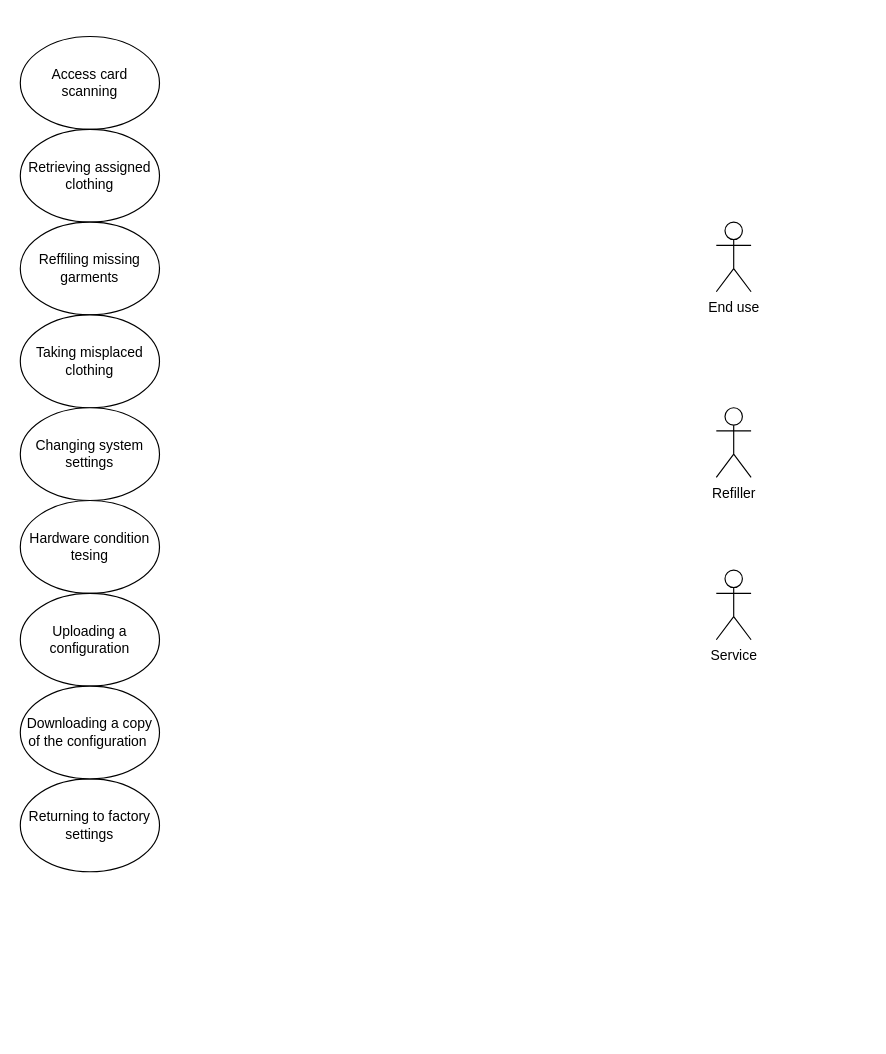
Before: useCaseDiagram.drawio in TadeuszSzuta/PSI, a draw.io diagram. Source tidied: cells renumbered, new cells numbered last; positions are measured from the earlier drawing's top-left corner, leaving out a move shared by most shapes. Both pictures are drawn from the tidied source at 116%, with x=0, y=0 at pixel (20, 36).
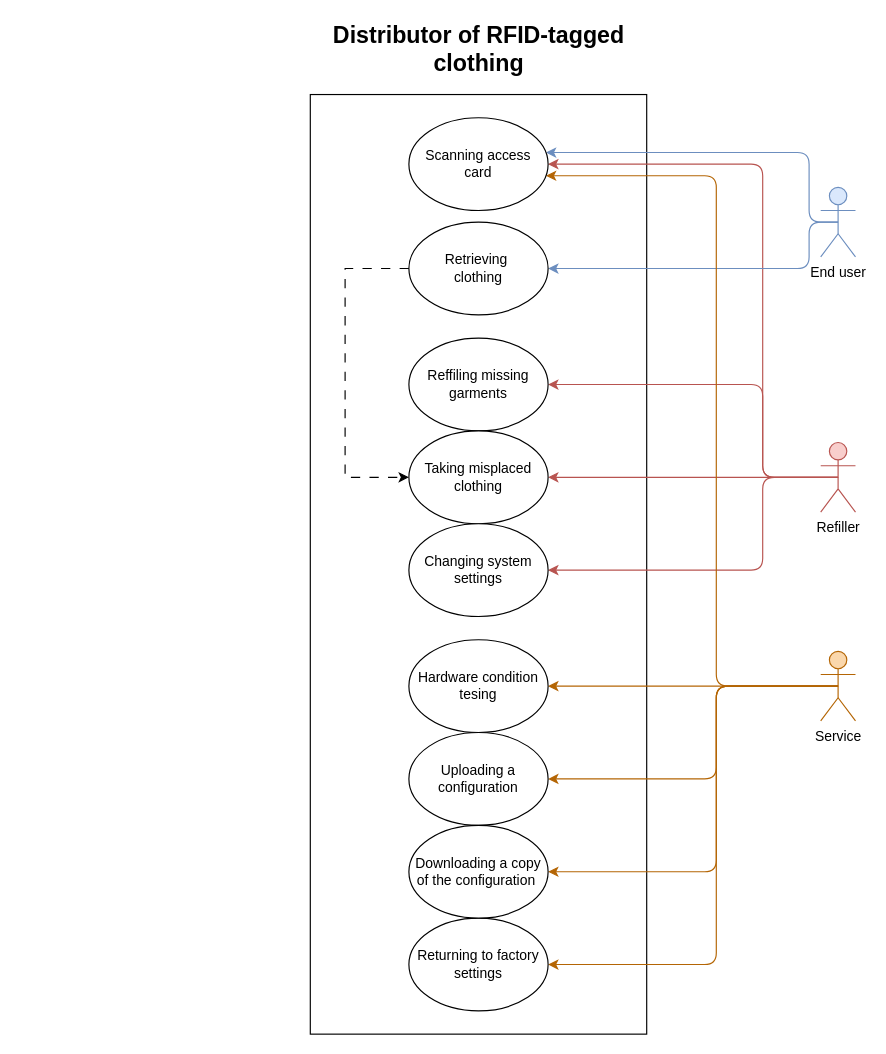
Above is the later version.

Diff of the diagram source:
```diff
@@
+    <mxCell id="14" style="rounded=0;whiteSpace=wrap;html=1;" parent="1" vertex="1">
+      <mxGeometry x="250" y="50" width="290" height="810" as="geometry" />
+    </mxCell>
+    <mxCell id="15" style="edgeStyle=orthogonalEdgeStyle;rounded=1;jettySize=auto;html=1;exitX=0.5;exitY=0.5;exitDx=0;exitDy=0;exitPerimeter=0;fillColor=#f8cecc;strokeColor=#b85450;curved=0;" parent="1" edge="1" source="2" target="5">
+      <mxGeometry relative="1" as="geometry">
+        <Array as="points">
+          <mxPoint x="640" y="380" />
+          <mxPoint x="640" y="110" />
+        </Array>
+      </mxGeometry>
+    </mxCell>
+    <mxCell id="16" style="edgeStyle=orthogonalEdgeStyle;rounded=1;jettySize=auto;html=1;exitX=0.5;exitY=0.5;exitDx=0;exitDy=0;exitPerimeter=0;curved=0;fillColor=#f8cecc;strokeColor=#b85450;" parent="1" edge="1" source="2" target="7">
+      <mxGeometry relative="1" as="geometry">
+        <Array as="points">
+          <mxPoint x="640" y="380" />
+          <mxPoint x="640" y="300" />
+        </Array>
+      </mxGeometry>
+    </mxCell>
+    <mxCell id="17" style="edgeStyle=orthogonalEdgeStyle;rounded=1;jettySize=auto;html=1;exitX=0.5;exitY=0.5;exitDx=0;exitDy=0;exitPerimeter=0;fillColor=#f8cecc;strokeColor=#b85450;curved=0;" parent="1" edge="1" source="2" target="8">
+      <mxGeometry relative="1" as="geometry">
+        <Array as="points">
+          <mxPoint x="705" y="380" />
+        </Array>
+      </mxGeometry>
+    </mxCell>
+    <mxCell id="18" style="edgeStyle=orthogonalEdgeStyle;rounded=1;jettySize=auto;html=1;exitX=0.5;exitY=0.5;exitDx=0;exitDy=0;exitPerimeter=0;fillColor=#f8cecc;strokeColor=#b85450;curved=0;" parent="1" edge="1" source="2" target="9">
+      <mxGeometry relative="1" as="geometry">
+        <Array as="points">
+          <mxPoint x="640" y="380" />
+          <mxPoint x="640" y="460" />
+        </Array>
+      </mxGeometry>
+    </mxCell>
-    <mxCell id="2" value="Refiller" style="shape=umlActor;verticalLabelPosition=bottom;verticalAlign=top;html=1;outlineConnect=0;" parent="1" vertex="1">
-      <mxGeometry x="600" y="320" width="30" height="60" as="geometry" />
+    <mxCell id="2" value="Refiller" style="shape=umlActor;verticalLabelPosition=bottom;verticalAlign=top;html=1;outlineConnect=0;fillColor=#f8cecc;strokeColor=#b85450;" parent="1" vertex="1">
+      <mxGeometry x="690" y="350" width="30" height="60" as="geometry" />
     </mxCell>
+    <mxCell id="19" style="edgeStyle=orthogonalEdgeStyle;rounded=1;jettySize=auto;html=1;exitX=0.5;exitY=0.5;exitDx=0;exitDy=0;exitPerimeter=0;curved=0;fillColor=#dae8fc;strokeColor=#6c8ebf;" parent="1" edge="1" source="3" target="5">
+      <mxGeometry relative="1" as="geometry">
+        <Array as="points">
+          <mxPoint x="680" y="160" />
+          <mxPoint x="680" y="100" />
+        </Array>
+      </mxGeometry>
+    </mxCell>
+    <mxCell id="20" style="edgeStyle=orthogonalEdgeStyle;rounded=1;jettySize=auto;html=1;exitX=0.5;exitY=0.5;exitDx=0;exitDy=0;exitPerimeter=0;fillColor=#dae8fc;strokeColor=#6c8ebf;curved=0;" parent="1" edge="1" source="3" target="6">
+      <mxGeometry relative="1" as="geometry">
+        <Array as="points">
+          <mxPoint x="680" y="160" />
+          <mxPoint x="680" y="200" />
+        </Array>
+      </mxGeometry>
+    </mxCell>
-    <mxCell id="3" value="End use" style="shape=umlActor;verticalLabelPosition=bottom;verticalAlign=top;html=1;outlineConnect=0;" parent="1" vertex="1">
-      <mxGeometry x="600" y="160" width="30" height="60" as="geometry" />
+    <mxCell id="3" value="End user" style="shape=umlActor;verticalLabelPosition=bottom;verticalAlign=top;html=1;outlineConnect=0;fillColor=#dae8fc;strokeColor=#6c8ebf;" parent="1" vertex="1">
+      <mxGeometry x="690" y="130" width="30" height="60" as="geometry" />
     </mxCell>
+    <mxCell id="21" style="edgeStyle=orthogonalEdgeStyle;rounded=1;jettySize=auto;html=1;exitX=0.5;exitY=0.5;exitDx=0;exitDy=0;exitPerimeter=0;fillColor=#fad7ac;strokeColor=#b46504;curved=0;" parent="1" edge="1" source="4" target="5">
+      <mxGeometry relative="1" as="geometry">
+        <Array as="points">
+          <mxPoint x="600" y="560" />
+          <mxPoint x="600" y="120" />
+        </Array>
+      </mxGeometry>
+    </mxCell>
+    <mxCell id="22" style="edgeStyle=orthogonalEdgeStyle;rounded=1;jettySize=auto;html=1;exitX=0.5;exitY=0.5;exitDx=0;exitDy=0;exitPerimeter=0;fillColor=#fad7ac;strokeColor=#b46504;curved=0;" parent="1" edge="1" source="4" target="10">
+      <mxGeometry relative="1" as="geometry">
+        <Array as="points">
+          <mxPoint x="660" y="560" />
+          <mxPoint x="660" y="560" />
+        </Array>
+      </mxGeometry>
+    </mxCell>
+    <mxCell id="23" style="edgeStyle=orthogonalEdgeStyle;rounded=1;jettySize=auto;html=1;exitX=0.5;exitY=0.5;exitDx=0;exitDy=0;exitPerimeter=0;fillColor=#fad7ac;strokeColor=#b46504;curved=0;" parent="1" edge="1" source="4" target="11">
+      <mxGeometry relative="1" as="geometry">
+        <Array as="points">
+          <mxPoint x="600" y="560" />
+          <mxPoint x="600" y="640" />
+        </Array>
+      </mxGeometry>
+    </mxCell>
+    <mxCell id="24" style="edgeStyle=orthogonalEdgeStyle;rounded=1;jettySize=auto;html=1;exitX=0.5;exitY=0.5;exitDx=0;exitDy=0;exitPerimeter=0;fillColor=#fad7ac;strokeColor=#b46504;curved=0;" parent="1" edge="1" source="4" target="13">
+      <mxGeometry relative="1" as="geometry">
+        <Array as="points">
+          <mxPoint x="600" y="560" />
+          <mxPoint x="600" y="720" />
+        </Array>
+      </mxGeometry>
+    </mxCell>
+    <mxCell id="25" style="edgeStyle=orthogonalEdgeStyle;rounded=1;jettySize=auto;html=1;exitX=0.5;exitY=0.5;exitDx=0;exitDy=0;exitPerimeter=0;fillColor=#fad7ac;strokeColor=#b46504;curved=0;" parent="1" edge="1" source="4" target="12">
+      <mxGeometry relative="1" as="geometry">
+        <Array as="points">
+          <mxPoint x="600" y="560" />
+          <mxPoint x="600" y="800" />
+        </Array>
+      </mxGeometry>
+    </mxCell>
-    <mxCell id="4" value="Service" style="shape=umlActor;verticalLabelPosition=bottom;verticalAlign=top;html=1;outlineConnect=0;" parent="1" vertex="1">
-      <mxGeometry x="600" y="460" width="30" height="60" as="geometry" />
+    <mxCell id="4" value="Service" style="shape=umlActor;verticalLabelPosition=bottom;verticalAlign=top;html=1;outlineConnect=0;fillColor=#fad7ac;strokeColor=#b46504;" parent="1" vertex="1">
+      <mxGeometry x="690" y="530" width="30" height="60" as="geometry" />
     </mxCell>
-    <mxCell id="5" value="Access card&lt;div&gt;scanning&lt;/div&gt;" style="ellipse;whiteSpace=wrap;html=1;" parent="1" vertex="1">
-      <mxGeometry width="120" height="80" as="geometry" />
+    <mxCell id="5" value="Scanning access&lt;div&gt;card&lt;/div&gt;" style="ellipse;whiteSpace=wrap;html=1;" parent="1" vertex="1">
+      <mxGeometry x="335" y="70" width="120" height="80" as="geometry" />
     </mxCell>
-    <mxCell id="6" value="Retrieving assigned clothing" style="ellipse;whiteSpace=wrap;html=1;" parent="1" vertex="1">
-      <mxGeometry y="80" width="120" height="80" as="geometry" />
+    <mxCell id="6" value="Retrieving&amp;nbsp;&lt;div&gt;clothing&lt;/div&gt;" style="ellipse;whiteSpace=wrap;html=1;" parent="1" vertex="1">
+      <mxGeometry x="335" y="160" width="120" height="80" as="geometry" />
     </mxCell>
     <mxCell id="7" value="Reffiling missing garments" style="ellipse;whiteSpace=wrap;html=1;" parent="1" vertex="1">
-      <mxGeometry y="160" width="120" height="80" as="geometry" />
+      <mxGeometry x="335" y="260" width="120" height="80" as="geometry" />
     </mxCell>
     <mxCell id="8" value="Taking misplaced clothing" style="ellipse;whiteSpace=wrap;html=1;" parent="1" vertex="1">
-      <mxGeometry y="240" width="120" height="80" as="geometry" />
+      <mxGeometry x="335" y="340" width="120" height="80" as="geometry" />
     </mxCell>
     <mxCell id="9" value="Changing system settings" style="ellipse;whiteSpace=wrap;html=1;" parent="1" vertex="1">
-      <mxGeometry y="320" width="120" height="80" as="geometry" />
+      <mxGeometry x="335" y="420" width="120" height="80" as="geometry" />
     </mxCell>
     <mxCell id="10" value="Hardware condition tesing" style="ellipse;whiteSpace=wrap;html=1;" parent="1" vertex="1">
-      <mxGeometry y="400" width="120" height="80" as="geometry" />
+      <mxGeometry x="335" y="520" width="120" height="80" as="geometry" />
     </mxCell>
     <mxCell id="11" value="Uploading a configuration" style="ellipse;whiteSpace=wrap;html=1;" parent="1" vertex="1">
-      <mxGeometry y="480" width="120" height="80" as="geometry" />
+      <mxGeometry x="335" y="600" width="120" height="80" as="geometry" />
     </mxCell>
     <mxCell id="12" value="Returning to factory settings" style="ellipse;whiteSpace=wrap;html=1;" parent="1" vertex="1">
-      <mxGeometry y="640" width="120" height="80" as="geometry" />
+      <mxGeometry x="335" y="760" width="120" height="80" as="geometry" />
     </mxCell>
     <mxCell id="13" value="Downloading a copy of the configuration&amp;nbsp;" style="ellipse;whiteSpace=wrap;html=1;" parent="1" vertex="1">
-      <mxGeometry y="560" width="120" height="80" as="geometry" />
+      <mxGeometry x="335" y="680" width="120" height="80" as="geometry" />
     </mxCell>
+    <mxCell id="26" value="&lt;span style=&quot;font-size: 20px;&quot;&gt;&lt;b&gt;D&lt;/b&gt;&lt;/span&gt;&lt;b style=&quot;font-size: 20px; background-color: initial;&quot;&gt;istributor of RFID-tagged clothing&lt;/b&gt;" style="text;html=1;align=center;verticalAlign=middle;whiteSpace=wrap;rounded=0;strokeWidth=1;" parent="1" vertex="1">
+      <mxGeometry x="267.5" y="-10" width="255" height="40" as="geometry" />
+    </mxCell>
+    <mxCell id="27" style="endArrow=classic;html=1;rounded=0;dashed=1;dashPattern=8 8;" parent="1" edge="1" source="6" target="8">
+      <mxGeometry relative="1" as="geometry">
+        <Array as="points">
+          <mxPoint x="280" y="200" />
+          <mxPoint x="280" y="380" />
+        </Array>
+      </mxGeometry>
+    </mxCell>
```
